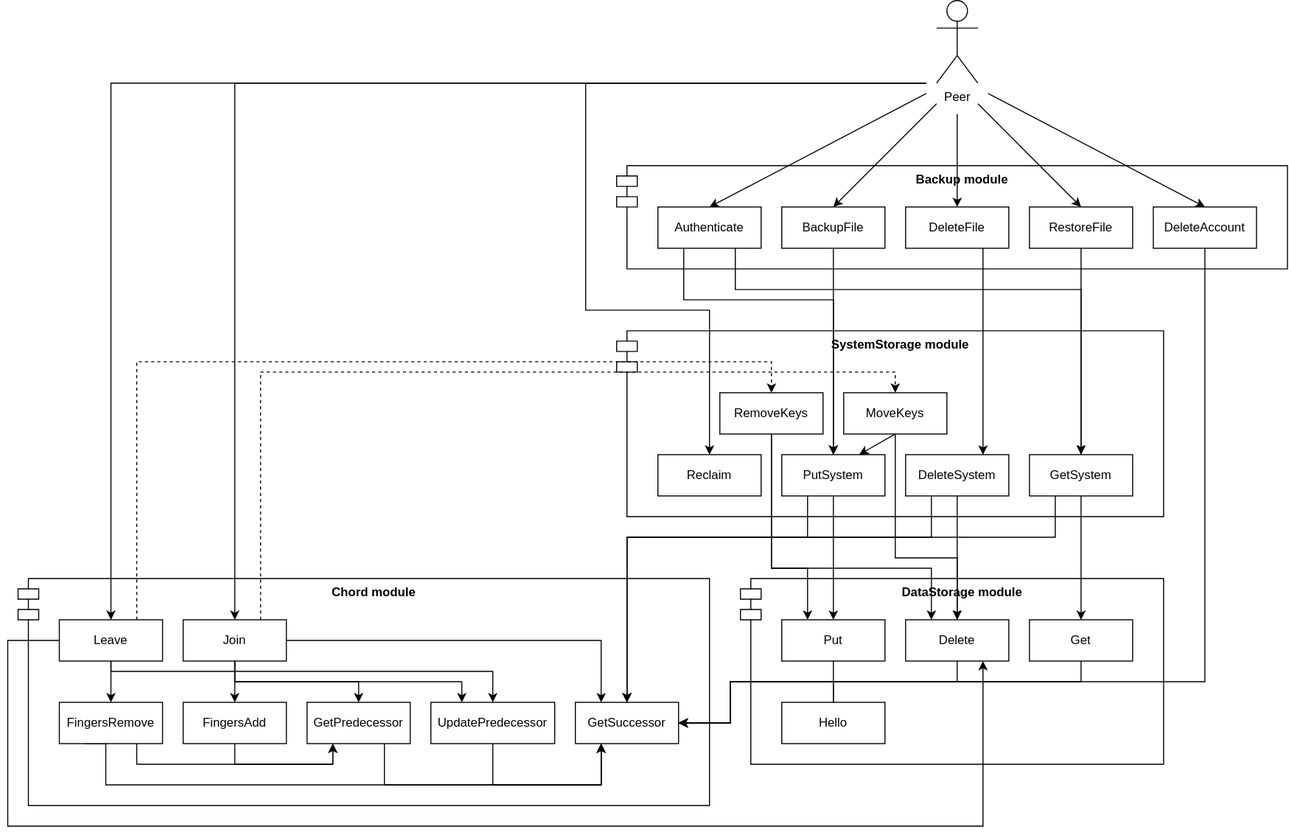
This is doc/protocols.svg from dmfrodrigues/feup-sdis-proj2, a draw.io export, as it was before one commit. Source tidied: cells renumbered, new cells last; positions are measured from the earlier drawing's top-left corner, leaving out a move shared by most shapes.
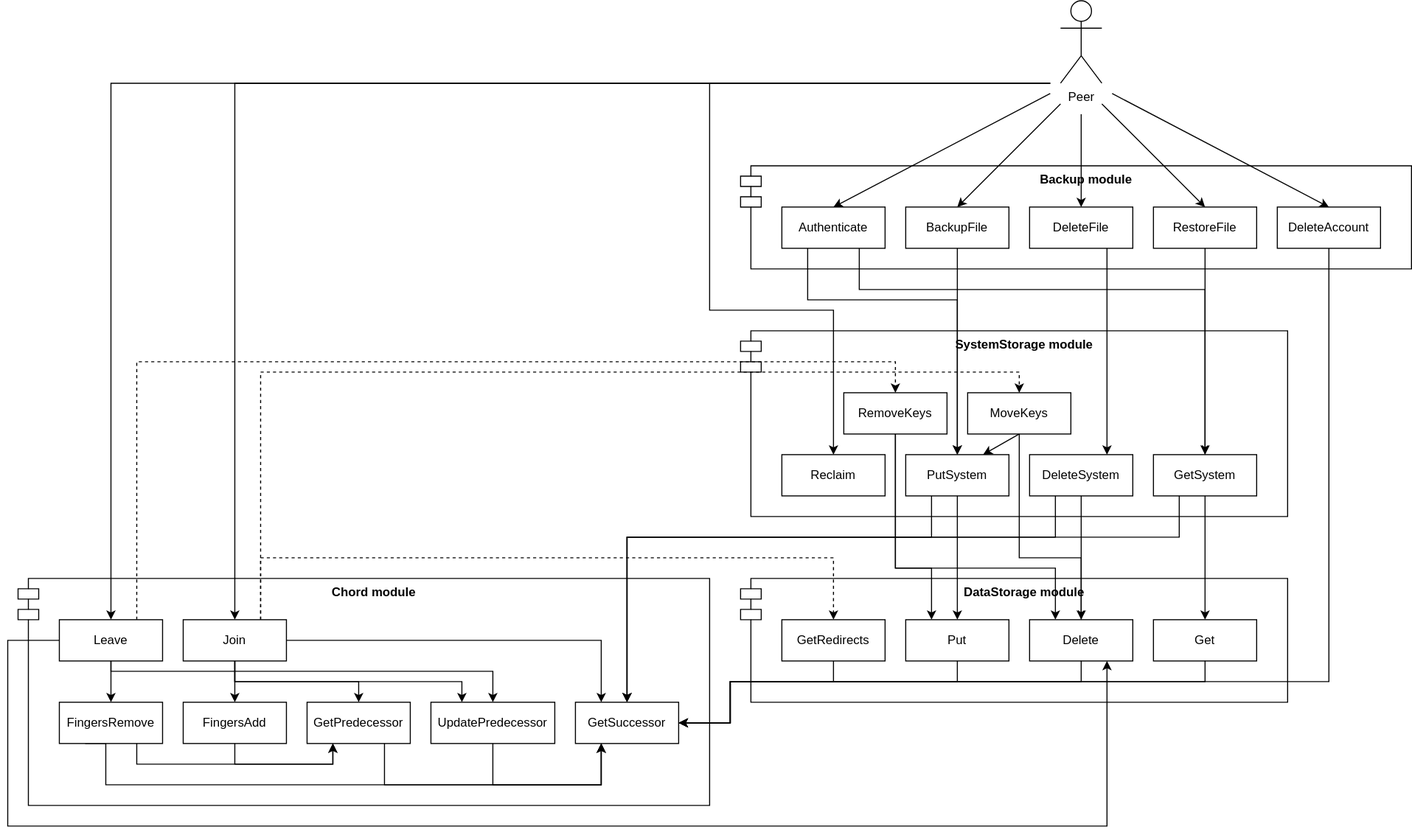
The same diagram one commit later.

What changed in the source:
```diff
@@ -3,22 +3,22 @@
     <mxCell id="0" />
     <mxCell id="1" parent="0" />
     <mxCell id="2" value="DataStorage module" style="shape=module;align=left;spacingLeft=20;align=center;verticalAlign=top;fontStyle=1;" parent="1" vertex="1">
-      <mxGeometry x="710" y="560" width="410" height="180" as="geometry" />
+      <mxGeometry x="590" y="560" width="530" height="120" as="geometry" />
     </mxCell>
     <mxCell id="3" value="Chord module" style="shape=module;align=left;spacingLeft=20;align=center;verticalAlign=top;fontStyle=1;" parent="1" vertex="1">
-      <mxGeometry x="10" y="560" width="670" height="220" as="geometry" />
+      <mxGeometry x="-110" y="560" width="670" height="220" as="geometry" />
     </mxCell>
     <mxCell id="4" value="GetSuccessor" style="rounded=0;whiteSpace=wrap;html=1;spacing=10;" parent="1" vertex="1">
-      <mxGeometry x="550" y="680" width="100" height="40" as="geometry" />
+      <mxGeometry x="430" y="680" width="100" height="40" as="geometry" />
     </mxCell>
     <mxCell id="5" value="SystemStorage module" style="shape=module;align=left;spacingLeft=20;align=center;verticalAlign=top;fontStyle=1;" parent="1" vertex="1">
       <mxGeometry x="590" y="320" width="530" height="180" as="geometry" />
     </mxCell>
-    <mxCell id="6" style="edgeStyle=none;rounded=0;jettySize=auto;html=1;exitX=0.25;exitY=1;exitDx=0;exitDy=0;entryX=0.5;entryY=0;entryDx=0;entryDy=0;endArrow=classic;endFill=1;" parent="1" edge="1" source="7" target="4">
+    <mxCell id="6" style="edgeStyle=orthogonalEdgeStyle;rounded=0;jettySize=auto;html=1;exitX=0.25;exitY=1;exitDx=0;exitDy=0;entryX=0.5;entryY=0;entryDx=0;entryDy=0;" parent="1" edge="1" source="7" target="4">
       <mxGeometry relative="1" as="geometry">
         <Array as="points">
           <mxPoint x="775" y="520" />
-          <mxPoint x="600" y="520" />
+          <mxPoint x="480" y="520" />
         </Array>
       </mxGeometry>
     </mxCell>
@@ -29,18 +29,18 @@
       <mxGeometry relative="1" as="geometry">
         <Array as="points">
           <mxPoint x="1015" y="520" />
-          <mxPoint x="600" y="520" />
+          <mxPoint x="480" y="520" />
         </Array>
       </mxGeometry>
     </mxCell>
     <mxCell id="9" value="GetSystem" style="rounded=0;whiteSpace=wrap;html=1;spacing=10;" parent="1" vertex="1">
       <mxGeometry x="990" y="440" width="100" height="40" as="geometry" />
     </mxCell>
-    <mxCell id="10" style="rounded=0;jettySize=auto;html=1;exitX=0.25;exitY=1;exitDx=0;exitDy=0;entryX=0.5;entryY=0;entryDx=0;entryDy=0;endArrow=classic;endFill=1;" parent="1" edge="1" source="11" target="4">
+    <mxCell id="10" style="edgeStyle=orthogonalEdgeStyle;rounded=0;jettySize=auto;html=1;exitX=0.25;exitY=1;exitDx=0;exitDy=0;entryX=0.5;entryY=0;entryDx=0;entryDy=0;" parent="1" edge="1" source="11" target="4">
       <mxGeometry relative="1" as="geometry">
         <Array as="points">
           <mxPoint x="895" y="520" />
-          <mxPoint x="600" y="520" />
+          <mxPoint x="480" y="520" />
         </Array>
       </mxGeometry>
     </mxCell>
@@ -94,47 +94,43 @@
     <mxCell id="20" value="Authenticate" style="rounded=0;whiteSpace=wrap;html=1;spacing=10;" parent="1" vertex="1">
       <mxGeometry x="630" y="200" width="100" height="40" as="geometry" />
     </mxCell>
-    <mxCell id="21" style="edgeStyle=orthogonalEdgeStyle;rounded=0;jettySize=auto;html=1;exitX=0.5;exitY=0;exitDx=0;exitDy=0;entryX=1;entryY=0.5;entryDx=0;entryDy=0;" parent="1" edge="1" source="70" target="4">
-      <mxGeometry relative="1" as="geometry" />
-    </mxCell>
-    <mxCell id="22" style="edgeStyle=none;rounded=0;jettySize=auto;html=1;entryX=0.5;entryY=0;entryDx=0;entryDy=0;endArrow=classic;endFill=1;" parent="1" edge="1" target="27">
+    <mxCell id="22" style="edgeStyle=orthogonalEdgeStyle;rounded=0;jettySize=auto;html=1;entryX=0.5;entryY=0;entryDx=0;entryDy=0;endArrow=classic;endFill=1;" parent="1" edge="1" target="27">
       <mxGeometry relative="1" as="geometry">
         <mxPoint x="890" y="80" as="sourcePoint" />
-        <Array as="points">
-          <mxPoint x="560" y="80" />
-          <mxPoint x="220" y="80" />
-        </Array>
       </mxGeometry>
     </mxCell>
-    <mxCell id="23" style="edgeStyle=none;rounded=0;jettySize=auto;html=1;exitX=0.75;exitY=0;exitDx=0;exitDy=0;entryX=0.5;entryY=0;entryDx=0;entryDy=0;endArrow=classic;endFill=1;dashed=1;" parent="1" edge="1" source="27" target="38">
-      <mxGeometry relative="1" as="geometry">
-        <Array as="points">
-          <mxPoint x="245" y="360" />
-          <mxPoint x="860" y="360" />
-        </Array>
-      </mxGeometry>
+    <mxCell id="23" style="edgeStyle=orthogonalEdgeStyle;rounded=0;jettySize=auto;html=1;exitX=0.75;exitY=0;exitDx=0;exitDy=0;entryX=0.5;entryY=0;entryDx=0;entryDy=0;endArrow=classic;endFill=1;dashed=1;" parent="1" edge="1" source="27" target="38">
+      <mxGeometry relative="1" as="geometry" />
     </mxCell>
     <mxCell id="24" style="edgeStyle=orthogonalEdgeStyle;rounded=0;jettySize=auto;html=1;exitX=0.5;exitY=1;exitDx=0;exitDy=0;entryX=0.5;entryY=0;entryDx=0;entryDy=0;" parent="1" edge="1" source="27" target="47">
       <mxGeometry relative="1" as="geometry">
         <Array as="points">
+          <mxPoint x="100" y="660" />
           <mxPoint x="220" y="660" />
-          <mxPoint x="340" y="660" />
         </Array>
       </mxGeometry>
     </mxCell>
     <mxCell id="25" style="edgeStyle=orthogonalEdgeStyle;rounded=0;jettySize=auto;html=1;exitX=0.5;exitY=1;exitDx=0;exitDy=0;entryX=0.25;entryY=0;entryDx=0;entryDy=0;" parent="1" edge="1" source="27" target="34">
       <mxGeometry relative="1" as="geometry">
         <Array as="points">
-          <mxPoint x="220" y="660" />
-          <mxPoint x="440" y="660" />
+          <mxPoint x="100" y="660" />
+          <mxPoint x="320" y="660" />
         </Array>
       </mxGeometry>
     </mxCell>
     <mxCell id="26" style="edgeStyle=orthogonalEdgeStyle;rounded=0;jettySize=auto;html=1;exitX=0.5;exitY=1;exitDx=0;exitDy=0;entryX=0.5;entryY=0;entryDx=0;entryDy=0;" parent="1" edge="1" source="27" target="36">
       <mxGeometry relative="1" as="geometry" />
     </mxCell>
+    <mxCell id="72" style="edgeStyle=orthogonalEdgeStyle;rounded=0;jettySize=auto;html=1;exitX=0.75;exitY=0;exitDx=0;exitDy=0;entryX=0.5;entryY=0;entryDx=0;entryDy=0;dashed=1;" parent="1" edge="1" source="27" target="74">
+      <mxGeometry relative="1" as="geometry">
+        <Array as="points">
+          <mxPoint x="125" y="540" />
+          <mxPoint x="680" y="540" />
+        </Array>
+      </mxGeometry>
+    </mxCell>
     <mxCell id="27" value="Join" style="rounded=0;whiteSpace=wrap;html=1;spacing=10;" parent="1" vertex="1">
-      <mxGeometry x="170" y="600" width="100" height="40" as="geometry" />
+      <mxGeometry x="50" y="600" width="100" height="40" as="geometry" />
     </mxCell>
     <mxCell id="28" style="edgeStyle=none;rounded=0;jettySize=auto;html=1;entryX=0.5;entryY=0;entryDx=0;entryDy=0;endArrow=classic;endFill=1;" parent="1" edge="1" target="20">
       <mxGeometry relative="1" as="geometry">
@@ -162,24 +158,24 @@
     <mxCell id="33" style="edgeStyle=orthogonalEdgeStyle;rounded=0;jettySize=auto;html=1;entryX=0.25;entryY=1;entryDx=0;entryDy=0;exitX=0.5;exitY=1;exitDx=0;exitDy=0;" parent="1" edge="1" source="34" target="4">
       <mxGeometry relative="1" as="geometry">
         <Array as="points">
-          <mxPoint x="470" y="760" />
-          <mxPoint x="575" y="760" />
+          <mxPoint x="350" y="760" />
+          <mxPoint x="455" y="760" />
         </Array>
       </mxGeometry>
     </mxCell>
     <mxCell id="34" value="UpdatePredecessor" style="rounded=0;whiteSpace=wrap;html=1;spacing=10;" parent="1" vertex="1">
-      <mxGeometry x="410" y="680" width="120" height="40" as="geometry" />
+      <mxGeometry x="290" y="680" width="120" height="40" as="geometry" />
     </mxCell>
     <mxCell id="35" style="edgeStyle=orthogonalEdgeStyle;rounded=0;jettySize=auto;html=1;exitX=0.5;exitY=1;exitDx=0;exitDy=0;entryX=0.25;entryY=1;entryDx=0;entryDy=0;" parent="1" edge="1" source="36" target="47">
       <mxGeometry relative="1" as="geometry">
         <Array as="points">
-          <mxPoint x="220" y="740" />
-          <mxPoint x="315" y="740" />
+          <mxPoint x="100" y="740" />
+          <mxPoint x="195" y="740" />
         </Array>
       </mxGeometry>
     </mxCell>
     <mxCell id="36" value="FingersAdd" style="rounded=0;whiteSpace=wrap;html=1;spacing=10;" parent="1" vertex="1">
-      <mxGeometry x="170" y="680" width="100" height="40" as="geometry" />
+      <mxGeometry x="50" y="680" width="100" height="40" as="geometry" />
     </mxCell>
     <mxCell id="37" style="edgeStyle=none;rounded=0;jettySize=auto;html=1;exitX=0.5;exitY=1;exitDx=0;exitDy=0;entryX=0.75;entryY=0;entryDx=0;entryDy=0;endArrow=classic;endFill=1;" parent="1" edge="1" source="38" target="7">
       <mxGeometry relative="1" as="geometry" />
@@ -190,8 +186,8 @@
     <mxCell id="39" style="edgeStyle=orthogonalEdgeStyle;rounded=0;jettySize=auto;html=1;entryX=0.5;entryY=0;entryDx=0;entryDy=0;exitX=0.5;exitY=1;exitDx=0;exitDy=0;" parent="1" edge="1" source="42" target="34">
       <mxGeometry relative="1" as="geometry">
         <Array as="points">
-          <mxPoint x="100" y="650" />
-          <mxPoint x="470" y="650" />
+          <mxPoint x="-20" y="650" />
+          <mxPoint x="350" y="650" />
         </Array>
       </mxGeometry>
     </mxCell>
@@ -201,27 +197,23 @@
     <mxCell id="41" style="edgeStyle=orthogonalEdgeStyle;rounded=0;jettySize=auto;html=1;exitX=0.75;exitY=0;exitDx=0;exitDy=0;entryX=0.5;entryY=0;entryDx=0;entryDy=0;dashed=1;" parent="1" edge="1" source="42" target="69">
       <mxGeometry relative="1" as="geometry">
         <Array as="points">
-          <mxPoint x="125" y="350" />
+          <mxPoint x="5" y="350" />
           <mxPoint x="740" y="350" />
         </Array>
       </mxGeometry>
     </mxCell>
     <mxCell id="42" value="Leave" style="rounded=0;whiteSpace=wrap;html=1;spacing=10;" parent="1" vertex="1">
-      <mxGeometry x="50" y="600" width="100" height="40" as="geometry" />
+      <mxGeometry x="-70" y="600" width="100" height="40" as="geometry" />
     </mxCell>
-    <mxCell id="43" style="edgeStyle=none;rounded=0;jettySize=auto;html=1;entryX=0.5;entryY=0;entryDx=0;entryDy=0;endArrow=classic;endFill=1;" parent="1" edge="1" target="42">
+    <mxCell id="43" style="edgeStyle=orthogonalEdgeStyle;rounded=0;jettySize=auto;html=1;entryX=0.5;entryY=0;entryDx=0;entryDy=0;endArrow=classic;endFill=1;" parent="1" edge="1" target="42">
       <mxGeometry relative="1" as="geometry">
         <mxPoint x="890" y="80" as="sourcePoint" />
-        <Array as="points">
-          <mxPoint x="560" y="80" />
-          <mxPoint x="100" y="80" />
-        </Array>
       </mxGeometry>
     </mxCell>
     <mxCell id="44" style="edgeStyle=none;rounded=0;jettySize=auto;html=1;exitX=1;exitY=0.5;exitDx=0;exitDy=0;endArrow=classic;endFill=1;entryX=0.25;entryY=0;entryDx=0;entryDy=0;" parent="1" edge="1" source="27" target="4">
       <mxGeometry relative="1" as="geometry">
         <Array as="points">
-          <mxPoint x="575" y="620" />
+          <mxPoint x="455" y="620" />
         </Array>
       </mxGeometry>
     </mxCell>
@@ -231,20 +223,20 @@
     <mxCell id="46" style="edgeStyle=orthogonalEdgeStyle;rounded=0;jettySize=auto;html=1;exitX=0.75;exitY=1;exitDx=0;exitDy=0;entryX=0.25;entryY=1;entryDx=0;entryDy=0;" parent="1" edge="1" source="47" target="4">
       <mxGeometry relative="1" as="geometry">
         <Array as="points">
-          <mxPoint x="365" y="760" />
-          <mxPoint x="575" y="760" />
+          <mxPoint x="245" y="760" />
+          <mxPoint x="455" y="760" />
         </Array>
       </mxGeometry>
     </mxCell>
     <mxCell id="47" value="GetPredecessor" style="rounded=0;whiteSpace=wrap;html=1;spacing=10;" parent="1" vertex="1">
-      <mxGeometry x="290" y="680" width="100" height="40" as="geometry" />
+      <mxGeometry x="170" y="680" width="100" height="40" as="geometry" />
     </mxCell>
     <mxCell id="48" style="edgeStyle=orthogonalEdgeStyle;rounded=0;jettySize=auto;html=1;exitX=0.5;exitY=1;exitDx=0;exitDy=0;entryX=1;entryY=0.5;entryDx=0;entryDy=0;" parent="1" edge="1" source="49" target="4">
       <mxGeometry relative="1" as="geometry">
         <Array as="points">
           <mxPoint x="800" y="660" />
-          <mxPoint x="700" y="660" />
-          <mxPoint x="700" y="700" />
+          <mxPoint x="580" y="660" />
+          <mxPoint x="580" y="700" />
         </Array>
       </mxGeometry>
     </mxCell>
@@ -278,8 +270,8 @@
       <mxGeometry relative="1" as="geometry">
         <Array as="points">
           <mxPoint x="920" y="660" />
-          <mxPoint x="700" y="660" />
-          <mxPoint x="700" y="700" />
+          <mxPoint x="580" y="660" />
+          <mxPoint x="580" y="700" />
         </Array>
       </mxGeometry>
     </mxCell>
@@ -287,29 +279,29 @@
       <mxGeometry relative="1" as="geometry">
         <Array as="points">
           <mxPoint x="1040" y="660" />
-          <mxPoint x="700" y="660" />
-          <mxPoint x="700" y="700" />
+          <mxPoint x="580" y="660" />
+          <mxPoint x="580" y="700" />
         </Array>
       </mxGeometry>
     </mxCell>
     <mxCell id="58" style="edgeStyle=orthogonalEdgeStyle;rounded=0;jettySize=auto;html=1;exitX=0.75;exitY=1;exitDx=0;exitDy=0;entryX=0.25;entryY=1;entryDx=0;entryDy=0;" parent="1" edge="1" source="60" target="47">
       <mxGeometry relative="1" as="geometry">
         <Array as="points">
-          <mxPoint x="125" y="740" />
-          <mxPoint x="315" y="740" />
+          <mxPoint x="5" y="740" />
+          <mxPoint x="195" y="740" />
         </Array>
       </mxGeometry>
     </mxCell>
     <mxCell id="59" style="edgeStyle=orthogonalEdgeStyle;rounded=0;jettySize=auto;html=1;exitX=0.25;exitY=1;exitDx=0;exitDy=0;entryX=0.25;entryY=1;entryDx=0;entryDy=0;" parent="1" edge="1" source="60" target="4">
       <mxGeometry relative="1" as="geometry">
         <Array as="points">
-          <mxPoint x="95" y="760" />
-          <mxPoint x="575" y="760" />
+          <mxPoint x="-25" y="760" />
+          <mxPoint x="455" y="760" />
         </Array>
       </mxGeometry>
     </mxCell>
     <mxCell id="60" value="FingersRemove" style="rounded=0;whiteSpace=wrap;html=1;spacing=10;" parent="1" vertex="1">
-      <mxGeometry x="50" y="680" width="100" height="40" as="geometry" />
+      <mxGeometry x="-70" y="680" width="100" height="40" as="geometry" />
     </mxCell>
     <mxCell id="61" style="edgeStyle=none;rounded=0;jettySize=auto;html=1;entryX=0.5;entryY=0;entryDx=0;entryDy=0;endArrow=classic;endFill=1;" parent="1" edge="1" target="45">
       <mxGeometry relative="1" as="geometry">
@@ -321,9 +313,6 @@
         </Array>
       </mxGeometry>
     </mxCell>
-    <mxCell id="62" style="edgeStyle=orthogonalEdgeStyle;rounded=0;jettySize=auto;html=1;exitX=0.5;exitY=0;exitDx=0;exitDy=0;entryX=1;entryY=0.5;entryDx=0;entryDy=0;startArrow=none;" parent="1" edge="1" source="70" target="4">
-      <mxGeometry relative="1" as="geometry" />
-    </mxCell>
     <mxCell id="63" value="DeleteAccount" style="rounded=0;whiteSpace=wrap;html=1;spacing=10;" parent="1" vertex="1">
       <mxGeometry x="1110" y="200" width="100" height="40" as="geometry" />
     </mxCell>
@@ -335,8 +324,8 @@
     <mxCell id="65" style="edgeStyle=orthogonalEdgeStyle;rounded=0;jettySize=auto;html=1;exitX=0;exitY=0.5;exitDx=0;exitDy=0;entryX=0.75;entryY=1;entryDx=0;entryDy=0;" parent="1" edge="1" source="42" target="50">
       <mxGeometry relative="1" as="geometry">
         <Array as="points">
-          <mxPoint y="620" />
-          <mxPoint y="800" />
+          <mxPoint x="-120" y="620" />
+          <mxPoint x="-120" y="800" />
           <mxPoint x="945" y="800" />
         </Array>
       </mxGeometry>
@@ -368,17 +357,26 @@
     <mxCell id="69" value="RemoveKeys" style="rounded=0;whiteSpace=wrap;html=1;spacing=10;" parent="1" vertex="1">
       <mxGeometry x="690" y="380" width="100" height="40" as="geometry" />
     </mxCell>
-    <mxCell id="70" value="Hello" style="rounded=0;whiteSpace=wrap;html=1;spacing=10;" parent="1" vertex="1">
-      <mxGeometry x="750" y="680" width="100" height="40" as="geometry" />
-    </mxCell>
     <mxCell id="71" style="edgeStyle=orthogonalEdgeStyle;rounded=0;jettySize=auto;html=1;exitX=0.5;exitY=1;exitDx=0;exitDy=0;entryX=1;entryY=0.5;entryDx=0;entryDy=0;endArrow=none;" parent="1" edge="1" source="63" target="4">
       <mxGeometry relative="1" as="geometry">
         <Array as="points">
           <mxPoint x="1160" y="660" />
-          <mxPoint x="700" y="660" />
-          <mxPoint x="700" y="700" />
+          <mxPoint x="580" y="660" />
+          <mxPoint x="580" y="700" />
         </Array>
       </mxGeometry>
     </mxCell>
+    <mxCell id="73" style="edgeStyle=orthogonalEdgeStyle;rounded=0;jettySize=auto;html=1;exitX=0.5;exitY=1;exitDx=0;exitDy=0;entryX=1;entryY=0.5;entryDx=0;entryDy=0;" parent="1" edge="1" source="74" target="4">
+      <mxGeometry relative="1" as="geometry">
+        <Array as="points">
+          <mxPoint x="680" y="660" />
+          <mxPoint x="580" y="660" />
+          <mxPoint x="580" y="700" />
+        </Array>
+      </mxGeometry>
+    </mxCell>
+    <mxCell id="74" value="GetRedirects" style="rounded=0;whiteSpace=wrap;html=1;spacing=10;" parent="1" vertex="1">
+      <mxGeometry x="630" y="600" width="100" height="40" as="geometry" />
+    </mxCell>
   </root>
 </mxGraphModel>
```
